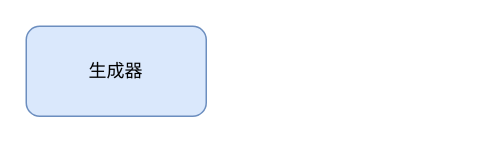
This is gen_dis.drawio from ChenaniahMe/codes, a draw.io file, before an edit. Source tidied: cells renumbered, new cells numbered last; positions are measured from the earlier drawing's top-left corner, leaving out a move shared by most shapes. Both pictures are drawn from the tidied source at 150%, with x=0, y=0 at pixel (26, 26).
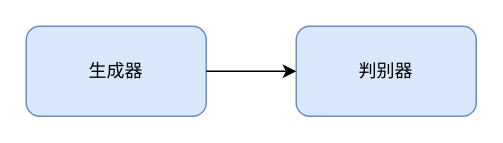
Above is the later version.

The edit, as a diff of the source:
```diff
@@
 <mxGraphModel>
   <root>
     <mxCell id="0" />
     <mxCell id="1" parent="0" />
     <mxCell id="2" value="生成器" style="rounded=1;whiteSpace=wrap;html=1;fillColor=#dae8fc;strokeColor=#6c8ebf;" parent="1" vertex="1">
       <mxGeometry width="120" height="60" as="geometry" />
     </mxCell>
+    <mxCell id="3" value="判别器" style="rounded=1;whiteSpace=wrap;html=1;fillColor=#dae8fc;strokeColor=#6c8ebf;" parent="1" vertex="1">
+      <mxGeometry x="180" width="120" height="60" as="geometry" />
+    </mxCell>
+    <mxCell id="4" style="endArrow=classic;html=1;rounded=0;entryX=0;entryY=0.5;entryDx=0;entryDy=0;exitX=1;exitY=0.5;exitDx=0;exitDy=0;" parent="1" edge="1" source="2" target="3">
+      <mxGeometry relative="1" as="geometry" />
+    </mxCell>
   </root>
 </mxGraphModel>
```
